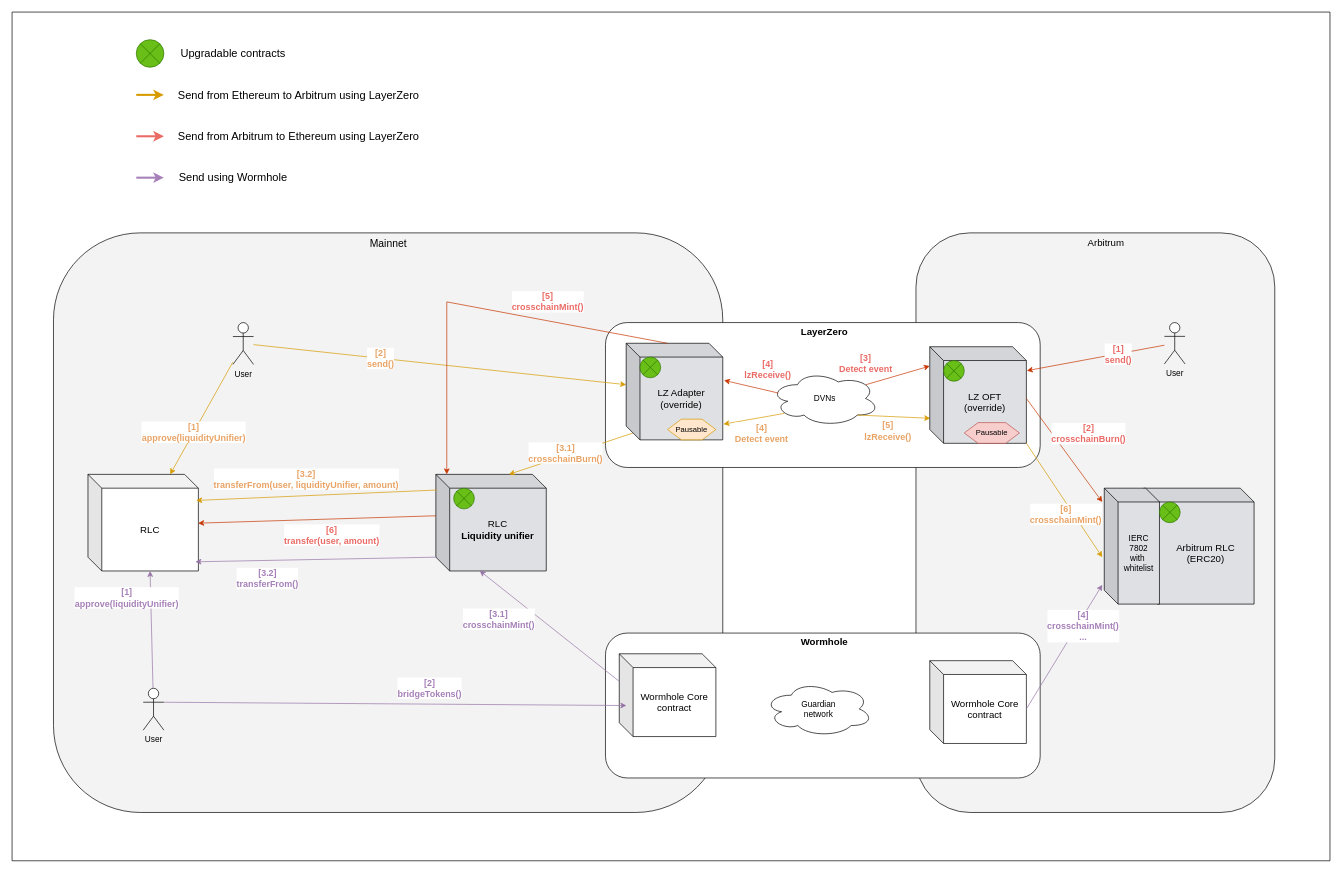
Above: docs/Architecture-overview.drawio in iExecBlockchainComputing/rlc-multichain (draw.io), before the change. Source tidied: cells renumbered, new cells numbered last; positions are measured from the earlier drawing's top-left corner, leaving out a move shared by most shapes. Both pictures are drawn from the tidied source at 69%, with x=0, y=0 at pixel (12, 12).
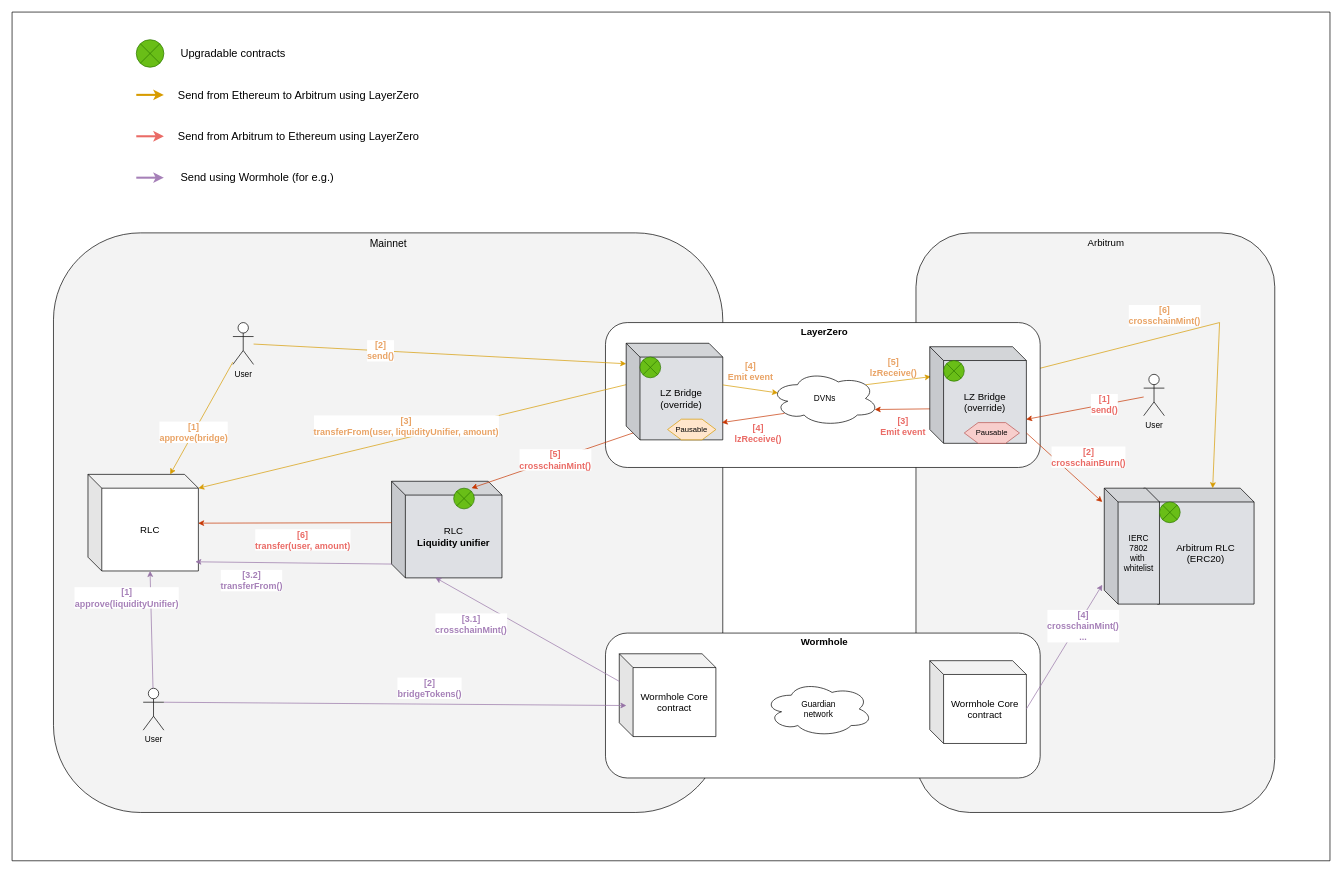
The same diagram, later.

Commit message (it also covers changes not shown here):
Update architecture diagrams

Unchanged cells that the change refers to:
```xml
<mxCell id="2" style="group;fillColor=default;" parent="1" vertex="1">
  <mxGeometry x="1310" y="320" width="550" height="840" as="geometry" />
</mxCell>
<mxCell id="12" style="group;fillColor=#FFFFFF;" parent="1" vertex="1">
  <mxGeometry x="600" y="320" width="430" height="840" as="geometry" />
</mxCell>
<mxCell id="16" value="User" style="shape=umlActor;verticalLabelPosition=bottom;verticalAlign=top;html=1;outlineConnect=0;" parent="12" vertex="1">
  <mxGeometry x="-280" y="130" width="30" height="60.7" as="geometry" />
</mxCell>
<mxCell id="17" style="group;" parent="1" vertex="1">
  <mxGeometry x="860" y="440" width="630" height="220" as="geometry" />
</mxCell>
<mxCell id="20" value="DVNs" style="ellipse;shape=cloud;whiteSpace=wrap;html=1;" parent="17" vertex="1">
  <mxGeometry x="239" y="80" width="157.5" height="80" as="geometry" />
</mxCell>
<mxCell id="25" style="group;" parent="17" vertex="1">
  <mxGeometry x="470" y="45" width="140" height="160" as="geometry" />
</mxCell>
<mxCell id="33" style="group;" parent="1" vertex="1">
  <mxGeometry x="590" y="10" width="1080" height="1100" as="geometry" />
</mxCell>
<mxCell id="72" value="&lt;font style=&quot;font-size: 14px;&quot;&gt;RLC&lt;/font&gt;" style="shape=cube;whiteSpace=wrap;html=1;boundedLbl=1;backgroundOutline=1;darkOpacity=0.05;darkOpacity2=0.1;" parent="1" vertex="1">
  <mxGeometry x="110" y="670" width="160" height="140" as="geometry" />
</mxCell>
<mxCell id="73" style="endArrow=classic;html=1;rounded=0;fillColor=#ffe6cc;strokeColor=#d79b00;" parent="1" edge="1" source="16" target="72">
  <mxGeometry relative="1" as="geometry" />
</mxCell>
```

What changed in the source:
```diff
@@
     <mxCell id="5" value="User" style="shape=umlActor;verticalLabelPosition=bottom;verticalAlign=top;html=1;outlineConnect=0;" parent="2" vertex="1">
-      <mxGeometry x="360" y="130" width="30" height="60" as="geometry" />
+      <mxGeometry x="330" y="205" width="30" height="60" as="geometry" />
     </mxCell>
@@
+    <mxCell id="39" style="endArrow=classic;html=1;rounded=0;fillColor=#ffe6cc;strokeColor=#d79b00;exitX=1.007;exitY=0.257;exitDx=0;exitDy=0;exitPerimeter=0;" parent="2" edge="1" source="26">
+      <mxGeometry relative="1" as="geometry">
+        <mxPoint x="430" y="370" as="targetPoint" />
+        <Array as="points">
+          <mxPoint x="440" y="130" />
+        </Array>
+      </mxGeometry>
+    </mxCell>
+    <mxCell id="40" value="&lt;div&gt;&lt;font style=&quot;font-size: 13px; color: rgb(233, 163, 101);&quot;&gt;&lt;b&gt;[6]&lt;/b&gt;&lt;/font&gt;&lt;/div&gt;&lt;div&gt;&lt;font style=&quot;font-size: 13px; color: rgb(233, 163, 101);&quot;&gt;&lt;b&gt;crosschainMint()&lt;/b&gt;&lt;/font&gt;&lt;/div&gt;" style="edgeLabel;html=1;align=center;verticalAlign=middle;rotation=0;" parent="39" vertex="1">
+      <mxGeometry relative="1" as="geometry">
+        <mxPoint x="-57" y="-16" as="offset" />
+      </mxGeometry>
+    </mxCell>
@@
     <mxCell id="14" value="&lt;font style=&quot;font-size: 14px;&quot;&gt;RLC&lt;/font&gt;&lt;div&gt;&lt;font style=&quot;font-size: 14px;&quot;&gt;&lt;b&gt;Liquidity unifier&lt;/b&gt;&lt;/font&gt;&lt;/div&gt;" style="shape=cube;whiteSpace=wrap;html=1;boundedLbl=1;backgroundOutline=1;darkOpacity=0.05;darkOpacity2=0.1;fillColor=#DEE0E4;" parent="12" vertex="1">
-      <mxGeometry x="14.2" y="350" width="160" height="140" as="geometry" />
+      <mxGeometry x="-50" y="360" width="160" height="140" as="geometry" />
     </mxCell>
@@
-    <mxCell id="21" style="endArrow=classic;html=1;rounded=0;fillColor=#ffe6cc;strokeColor=#d79b00;entryX=0.005;entryY=0.741;entryDx=0;entryDy=0;exitX=0.8;exitY=0.8;exitDx=0;exitDy=0;exitPerimeter=0;entryPerimeter=0;" parent="17" edge="1" source="20" target="26">
+    <mxCell id="21" style="endArrow=classic;html=1;rounded=0;fillColor=#ffe6cc;strokeColor=#d79b00;entryX=0.01;entryY=0.31;entryDx=0;entryDy=0;exitX=0.88;exitY=0.25;exitDx=0;exitDy=0;exitPerimeter=0;entryPerimeter=0;" parent="17" edge="1" source="20" target="26">
       <mxGeometry relative="1" as="geometry" />
     </mxCell>
     <mxCell id="22" value="&lt;font style=&quot;font-size: 13px; color: rgb(233, 163, 101);&quot;&gt;&lt;b&gt;[5]&lt;/b&gt;&lt;/font&gt;&lt;div&gt;&lt;font style=&quot;font-size: 13px; color: rgb(233, 163, 101);&quot;&gt;&lt;b&gt;lzReceive()&lt;/b&gt;&lt;/font&gt;&lt;/div&gt;" style="edgeLabel;html=1;align=center;verticalAlign=middle;" parent="21" vertex="1">
       <mxGeometry x="-0.31" y="1" relative="1" as="geometry">
-        <mxPoint x="6" y="22" as="offset" />
+        <mxPoint x="6" y="-20" as="offset" />
       </mxGeometry>
     </mxCell>
-    <mxCell id="23" style="endArrow=classic;html=1;rounded=0;fillColor=#fa6800;strokeColor=#C73500;exitX=0.88;exitY=0.25;exitDx=0;exitDy=0;exitPerimeter=0;" parent="17" edge="1" source="20">
-      <mxGeometry relative="1" as="geometry">
-        <mxPoint x="470" y="73" as="targetPoint" />
-      </mxGeometry>
+    <mxCell id="23" style="endArrow=classic;html=1;rounded=0;fillColor=#fa6800;strokeColor=#C73500;exitX=0.019;exitY=0.643;exitDx=0;exitDy=0;exitPerimeter=0;entryX=0.96;entryY=0.7;entryDx=0;entryDy=0;entryPerimeter=0;" parent="17" edge="1" source="26" target="20">
+      <mxGeometry relative="1" as="geometry" />
     </mxCell>
-    <mxCell id="24" value="&lt;font style=&quot;font-size: 13px; color: rgb(234, 107, 102);&quot;&gt;&lt;b&gt;[3]&lt;/b&gt;&lt;/font&gt;&lt;div&gt;&lt;font color=&quot;#ea6b66&quot;&gt;&lt;span style=&quot;font-size: 13px;&quot;&gt;&lt;b&gt;Detect event&lt;/b&gt;&lt;/span&gt;&lt;/font&gt;&lt;/div&gt;" style="edgeLabel;html=1;align=center;verticalAlign=middle;" parent="23" vertex="1">
+    <mxCell id="24" value="&lt;font style=&quot;font-size: 13px; color: rgb(234, 107, 102);&quot;&gt;&lt;b&gt;[3]&lt;/b&gt;&lt;/font&gt;&lt;div&gt;&lt;font color=&quot;#ea6b66&quot;&gt;&lt;span style=&quot;font-size: 13px;&quot;&gt;&lt;b&gt;Emit event&lt;/b&gt;&lt;/span&gt;&lt;/font&gt;&lt;/div&gt;" style="edgeLabel;html=1;align=center;verticalAlign=middle;" parent="23" vertex="1">
       <mxGeometry x="-0.32" relative="1" as="geometry">
-        <mxPoint x="-33" y="-22" as="offset" />
+        <mxPoint x="-14" y="25" as="offset" />
       </mxGeometry>
     </mxCell>
@@
-    <mxCell id="26" value="&lt;font style=&quot;font-size: 14px;&quot;&gt;LZ OFT&lt;/font&gt;&lt;div&gt;&lt;font style=&quot;font-size: 14px;&quot;&gt;(override)&lt;/font&gt;&lt;/div&gt;" style="shape=cube;whiteSpace=wrap;html=1;boundedLbl=1;backgroundOutline=1;darkOpacity=0.05;darkOpacity2=0.1;fillColor=#DEE0E4;" parent="25" vertex="1">
+    <mxCell id="26" value="&lt;font style=&quot;font-size: 14px;&quot;&gt;LZ Bridge&lt;/font&gt;&lt;div&gt;&lt;font style=&quot;font-size: 14px;&quot;&gt;(override)&lt;/font&gt;&lt;/div&gt;" style="shape=cube;whiteSpace=wrap;html=1;boundedLbl=1;backgroundOutline=1;darkOpacity=0.05;darkOpacity2=0.1;fillColor=#DEE0E4;" parent="25" vertex="1">
       <mxGeometry width="140" height="140" as="geometry" />
     </mxCell>
@@
-    <mxCell id="29" style="endArrow=classic;html=1;rounded=0;fillColor=#ffe6cc;strokeColor=#d79b00;entryX=0.75;entryY=0;entryDx=0;entryDy=0;exitX=0;exitY=0;exitDx=10;exitDy=130;exitPerimeter=0;" parent="1" edge="1" source="36">
-      <mxGeometry relative="1" as="geometry">
-        <mxPoint x="720" y="670" as="targetPoint" />
-      </mxGeometry>
+    <mxCell id="29" style="endArrow=classic;html=1;rounded=0;fillColor=#ffe6cc;strokeColor=#d79b00;entryX=0;entryY=0;entryDx=160;entryDy=20;exitX=0;exitY=0;exitDx=0;exitDy=60;exitPerimeter=0;entryPerimeter=0;" parent="1" edge="1" source="36" target="72">
+      <mxGeometry relative="1" as="geometry" />
     </mxCell>
-    <mxCell id="30" value="&lt;font style=&quot;font-size: 13px; color: rgb(233, 163, 101);&quot;&gt;&lt;b&gt;[3.1]&lt;/b&gt;&lt;/font&gt;&lt;div&gt;&lt;font style=&quot;font-size: 13px; color: rgb(233, 163, 101);&quot;&gt;&lt;b&gt;crosschainBurn()&lt;/b&gt;&lt;/font&gt;&lt;/div&gt;" style="edgeLabel;html=1;align=center;verticalAlign=middle;" parent="29" vertex="1">
-      <mxGeometry x="0.09" y="-4" relative="1" as="geometry" />
+    <mxCell id="30" value="&lt;font style=&quot;font-size: 13px; color: rgb(233, 163, 101);&quot;&gt;&lt;b&gt;[3]&lt;/b&gt;&lt;/font&gt;&lt;div&gt;&lt;font style=&quot;font-size: 13px; color: rgb(233, 163, 101);&quot;&gt;&lt;b&gt;transferFrom(user, liquidityUnifier, amount)&lt;/b&gt;&lt;/font&gt;&lt;/div&gt;" style="edgeLabel;html=1;align=center;verticalAlign=middle;" parent="29" vertex="1">
+      <mxGeometry x="0.09" y="-4" relative="1" as="geometry">
+        <mxPoint x="20" y="-18" as="offset" />
+      </mxGeometry>
     </mxCell>
-    <mxCell id="31" style="endArrow=classic;html=1;rounded=0;fillColor=#ffe6cc;strokeColor=#d79b00;entryX=0;entryY=0;entryDx=0;entryDy=60;entryPerimeter=0;" parent="1" edge="1" source="16" target="36">
+    <mxCell id="31" style="endArrow=classic;html=1;rounded=0;fillColor=#ffe6cc;strokeColor=#d79b00;entryX=0;entryY=0.212;entryDx=0;entryDy=0;entryPerimeter=0;" parent="1" edge="1" source="16" target="36">
       <mxGeometry relative="1" as="geometry" />
     </mxCell>
@@
-    <mxCell id="36" value="&lt;font style=&quot;font-size: 14px;&quot;&gt;LZ Adapter (override)&lt;/font&gt;" style="shape=cube;whiteSpace=wrap;html=1;boundedLbl=1;backgroundOutline=1;darkOpacity=0.05;darkOpacity2=0.1;fillColor=#DEE0E4;" parent="33" vertex="1">
+    <mxCell id="36" value="&lt;font style=&quot;font-size: 14px;&quot;&gt;LZ Bridge (override)&lt;/font&gt;" style="shape=cube;whiteSpace=wrap;html=1;boundedLbl=1;backgroundOutline=1;darkOpacity=0.05;darkOpacity2=0.1;fillColor=#DEE0E4;" parent="33" vertex="1">
       <mxGeometry x="300" y="470" width="140" height="140" as="geometry" />
     </mxCell>
@@
-    <mxCell id="39" style="endArrow=classic;html=1;rounded=0;fillColor=#ffe6cc;strokeColor=#d79b00;entryX=0;entryY=0.75;entryDx=0;entryDy=0;exitX=1;exitY=1;exitDx=0;exitDy=0;exitPerimeter=0;" parent="1" edge="1" source="26">
-      <mxGeometry relative="1" as="geometry">
-        <mxPoint x="1580" y="790" as="targetPoint" />
-      </mxGeometry>
-    </mxCell>
-    <mxCell id="40" value="&lt;div&gt;&lt;font style=&quot;font-size: 13px; color: rgb(233, 163, 101);&quot;&gt;&lt;b&gt;[6]&lt;/b&gt;&lt;/font&gt;&lt;/div&gt;&lt;div&gt;&lt;font style=&quot;font-size: 13px; color: rgb(233, 163, 101);&quot;&gt;&lt;b&gt;crosschainMint()&lt;/b&gt;&lt;/font&gt;&lt;/div&gt;" style="edgeLabel;html=1;align=center;verticalAlign=middle;rotation=0;" parent="39" vertex="1">
-      <mxGeometry relative="1" as="geometry">
-        <mxPoint x="2" y="20" as="offset" />
-      </mxGeometry>
-    </mxCell>
-    <mxCell id="41" style="endArrow=classic;html=1;rounded=0;fillColor=#fa6800;strokeColor=#C73500;entryX=1.005;entryY=0.248;entryDx=0;entryDy=0;entryPerimeter=0;" parent="1" edge="1" source="5" target="26">
+    <mxCell id="41" style="endArrow=classic;html=1;rounded=0;fillColor=#fa6800;strokeColor=#C73500;entryX=0.998;entryY=0.752;entryDx=0;entryDy=0;entryPerimeter=0;" parent="1" edge="1" source="5" target="26">
       <mxGeometry relative="1" as="geometry" />
     </mxCell>
@@
     <mxCell id="43" style="endArrow=classic;html=1;rounded=0;fillColor=#fa6800;strokeColor=#C73500;entryX=0;entryY=0.25;entryDx=0;entryDy=0;" parent="1" edge="1">
       <mxGeometry relative="1" as="geometry">
-        <mxPoint x="1470" y="560" as="sourcePoint" />
+        <mxPoint x="1470" y="610" as="sourcePoint" />
         <mxPoint x="1580" y="710" as="targetPoint" />
       </mxGeometry>
     </mxCell>
@@
-    <mxCell id="61" style="endArrow=classic;html=1;rounded=0;fillColor=#fa6800;strokeColor=#C73500;exitX=0;exitY=0;exitDx=60;exitDy=0;entryX=0;entryY=0;entryDx=0;entryDy=0;exitPerimeter=0;" parent="1" edge="1" source="36">
-      <mxGeometry relative="1" as="geometry">
-        <mxPoint x="630" y="670" as="targetPoint" />
-        <Array as="points">
-          <mxPoint x="630" y="420" />
-        </Array>
-      </mxGeometry>
+    <mxCell id="61" style="endArrow=classic;html=1;rounded=0;fillColor=#fa6800;strokeColor=#C73500;exitX=0;exitY=0;exitDx=10;exitDy=130;entryX=0.724;entryY=0.071;entryDx=0;entryDy=0;exitPerimeter=0;entryPerimeter=0;" parent="1" edge="1" source="36" target="14">
+      <mxGeometry relative="1" as="geometry" />
     </mxCell>
     <mxCell id="62" value="&lt;font style=&quot;font-size: 13px; color: rgb(234, 107, 102);&quot;&gt;&lt;b&gt;[5]&lt;/b&gt;&lt;/font&gt;&lt;div&gt;&lt;font color=&quot;#ea6b66&quot;&gt;&lt;span style=&quot;font-size: 13px;&quot;&gt;&lt;b&gt;crosschainMint()&lt;/b&gt;&lt;/span&gt;&lt;/font&gt;&lt;/div&gt;" style="edgeLabel;html=1;align=center;verticalAlign=middle;" parent="61" vertex="1">
       <mxGeometry x="-0.32" relative="1" as="geometry">
-        <mxPoint x="18" y="-24" as="offset" />
+        <mxPoint x="-34" y="11" as="offset" />
       </mxGeometry>
     </mxCell>
     <mxCell id="63" style="group;" parent="1" vertex="1">
-      <mxGeometry x="180" y="210" width="230" height="60" as="geometry" />
+      <mxGeometry x="180" y="210" width="265" height="60" as="geometry" />
     </mxCell>
@@
-    <mxCell id="65" value="&lt;p&gt;&lt;font style=&quot;font-size: 16px;&quot;&gt;Send using Wormhole&lt;/font&gt;&lt;/p&gt;" style="text;html=1;align=center;verticalAlign=middle;strokeColor=none;fillColor=none;" parent="63" vertex="1">
-      <mxGeometry x="50" width="180" height="60" as="geometry" />
+    <mxCell id="65" value="&lt;p&gt;&lt;font style=&quot;font-size: 16px;&quot;&gt;Send using Wormhole (for e.g.)&lt;/font&gt;&lt;/p&gt;" style="text;html=1;align=center;verticalAlign=middle;strokeColor=none;fillColor=none;" parent="63" vertex="1">
+      <mxGeometry x="50" width="250" height="60" as="geometry" />
     </mxCell>
@@
-    <mxCell id="70" style="endArrow=classic;html=1;rounded=0;fillColor=#fa6800;strokeColor=#C73500;entryX=1.013;entryY=0.384;entryDx=0;entryDy=0;exitX=0.07;exitY=0.4;exitDx=0;exitDy=0;exitPerimeter=0;entryPerimeter=0;" parent="1" edge="1" source="20" target="36">
+    <mxCell id="70" style="endArrow=classic;html=1;rounded=0;fillColor=#fa6800;strokeColor=#C73500;entryX=0.99;entryY=0.821;entryDx=0;entryDy=0;exitX=0.13;exitY=0.77;exitDx=0;exitDy=0;exitPerimeter=0;entryPerimeter=0;" parent="1" edge="1" source="20" target="36">
       <mxGeometry relative="1" as="geometry" />
     </mxCell>
     <mxCell id="71" value="&lt;font style=&quot;font-size: 13px; color: rgb(234, 107, 102);&quot;&gt;&lt;b&gt;[4]&lt;/b&gt;&lt;/font&gt;&lt;div&gt;&lt;font color=&quot;#ea6b66&quot;&gt;&lt;span style=&quot;font-size: 13px;&quot;&gt;&lt;b&gt;lzReceive()&lt;/b&gt;&lt;/span&gt;&lt;/font&gt;&lt;/div&gt;" style="edgeLabel;html=1;align=center;verticalAlign=middle;" parent="70" vertex="1">
       <mxGeometry x="-0.32" relative="1" as="geometry">
-        <mxPoint x="11" y="-28" as="offset" />
+        <mxPoint x="-8" y="24" as="offset" />
       </mxGeometry>
     </mxCell>
@@
-    <mxCell id="74" value="&lt;div&gt;&lt;font style=&quot;font-size: 13px; color: rgb(233, 163, 101);&quot;&gt;&lt;b&gt;[1]&lt;/b&gt;&lt;/font&gt;&lt;/div&gt;&lt;font style=&quot;font-size: 13px; color: rgb(233, 163, 101);&quot;&gt;&lt;b&gt;approve(liquidityUnifier)&lt;/b&gt;&lt;/font&gt;" style="edgeLabel;html=1;align=center;verticalAlign=middle;" parent="73" vertex="1">
+    <mxCell id="74" value="&lt;div&gt;&lt;font style=&quot;font-size: 13px; color: rgb(233, 163, 101);&quot;&gt;&lt;b&gt;[1]&lt;/b&gt;&lt;/font&gt;&lt;/div&gt;&lt;font style=&quot;font-size: 13px; color: rgb(233, 163, 101);&quot;&gt;&lt;b&gt;approve(bridge)&lt;/b&gt;&lt;/font&gt;" style="edgeLabel;html=1;align=center;verticalAlign=middle;" parent="73" vertex="1">
       <mxGeometry x="0.26" y="-1" relative="1" as="geometry" />
     </mxCell>
-    <mxCell id="75" style="endArrow=classic;html=1;rounded=0;fillColor=#ffe6cc;strokeColor=#d79b00;exitX=0.01;exitY=0.162;exitDx=0;exitDy=0;exitPerimeter=0;entryX=0.98;entryY=0.27;entryDx=0;entryDy=0;entryPerimeter=0;" parent="1" edge="1" source="14" target="72">
-      <mxGeometry relative="1" as="geometry" />
-    </mxCell>
-    <mxCell id="76" value="&lt;font style=&quot;font-size: 13px; color: rgb(233, 163, 101);&quot;&gt;&lt;b&gt;[3.2]&lt;/b&gt;&lt;/font&gt;&lt;div&gt;&lt;font style=&quot;font-size: 13px; color: rgb(233, 163, 101);&quot;&gt;&lt;b&gt;transferFrom(user, liquidityUnifier, amount)&lt;/b&gt;&lt;/font&gt;&lt;/div&gt;" style="edgeLabel;html=1;align=center;verticalAlign=middle;" parent="75" vertex="1">
-      <mxGeometry x="0.09" y="-4" relative="1" as="geometry">
-        <mxPoint y="-20" as="offset" />
-      </mxGeometry>
-    </mxCell>
@@
+    <mxCell id="88" value="&lt;font style=&quot;font-size: 15px;&quot;&gt;Mainnet&lt;/font&gt;" style="text;html=1;align=center;verticalAlign=middle;strokeColor=none;fillColor=none;" parent="1" vertex="1">
+      <mxGeometry x="505" y="320" width="80" height="30" as="geometry" />
+    </mxCell>
-    <mxCell id="86" style="endArrow=classic;html=1;rounded=0;fillColor=#ffe6cc;strokeColor=#d79b00;entryX=1.007;entryY=0.837;entryDx=0;entryDy=0;exitX=0.13;exitY=0.77;exitDx=0;exitDy=0;entryPerimeter=0;exitPerimeter=0;" parent="1" edge="1" source="20" target="36">
+    <mxCell id="86" style="endArrow=classic;html=1;rounded=0;fillColor=#ffe6cc;strokeColor=#d79b00;entryX=0.07;entryY=0.4;entryDx=0;entryDy=0;exitX=1;exitY=0.431;exitDx=0;exitDy=0;entryPerimeter=0;exitPerimeter=0;" parent="1" edge="1" source="36" target="20">
       <mxGeometry relative="1" as="geometry" />
     </mxCell>
-    <mxCell id="87" value="&lt;div&gt;&lt;font style=&quot;font-size: 13px; color: rgb(233, 163, 101);&quot;&gt;&lt;b&gt;[4]&lt;/b&gt;&lt;/font&gt;&lt;/div&gt;&lt;span style=&quot;font-size: 13px;&quot;&gt;&lt;font style=&quot;color: rgb(233, 163, 101);&quot;&gt;&lt;b&gt;Detect event&lt;/b&gt;&lt;/font&gt;&lt;/span&gt;" style="edgeLabel;html=1;align=center;verticalAlign=middle;" parent="86" vertex="1">
+    <mxCell id="87" value="&lt;div&gt;&lt;font style=&quot;font-size: 13px; color: rgb(233, 163, 101);&quot;&gt;&lt;b&gt;[4]&lt;/b&gt;&lt;/font&gt;&lt;/div&gt;&lt;span style=&quot;font-size: 13px;&quot;&gt;&lt;font style=&quot;color: rgb(233, 163, 101);&quot;&gt;&lt;b&gt;Emit event&lt;/b&gt;&lt;/font&gt;&lt;/span&gt;" style="edgeLabel;html=1;align=center;verticalAlign=middle;" parent="86" vertex="1">
       <mxGeometry relative="1" as="geometry">
-        <mxPoint x="10" y="20" as="offset" />
+        <mxPoint y="-26" as="offset" />
       </mxGeometry>
     </mxCell>
-    <mxCell id="88" value="&lt;font style=&quot;font-size: 15px;&quot;&gt;Mainnet&lt;/font&gt;" style="text;html=1;align=center;verticalAlign=middle;strokeColor=none;fillColor=none;" parent="1" vertex="1">
-      <mxGeometry x="505" y="320" width="80" height="30" as="geometry" />
-    </mxCell>
```
